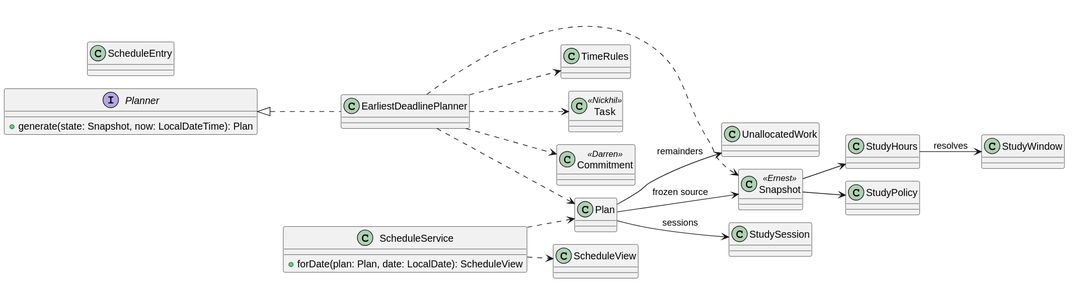
Above: docs/images/gabriel-planning-classes.svg in AY2627S1-CS2113-T10-1/tp (PlantUML), before the change. The source it was exported from:
```plantuml
@startuml
!pragma layout smetana
left to right direction

interface Planner {
  +generate(state: Snapshot, now: LocalDateTime): Plan
}
class EarliestDeadlinePlanner
class ScheduleService {
  +forDate(plan: Plan, date: LocalDate): ScheduleView
}
class TimeRules
class Plan
class StudySession
class UnallocatedWork
class ScheduleEntry
class ScheduleView
class StudyHours
class StudyWindow
class StudyPolicy
class Snapshot <<Ernest>>
class Task <<Nickhil>>
class Commitment <<Darren>>

Planner <|.. EarliestDeadlinePlanner
EarliestDeadlinePlanner ..> TimeRules
EarliestDeadlinePlanner ..> Snapshot
EarliestDeadlinePlanner ..> Task
EarliestDeadlinePlanner ..> Commitment
EarliestDeadlinePlanner ..> Plan
Plan --> Snapshot : frozen source
Plan --> StudySession : sessions
Plan --> UnallocatedWork : remainders
ScheduleService ..> Plan
ScheduleService ..> ScheduleView
Snapshot --> StudyHours
Snapshot --> StudyPolicy
StudyHours --> StudyWindow : resolves
@enduml
```
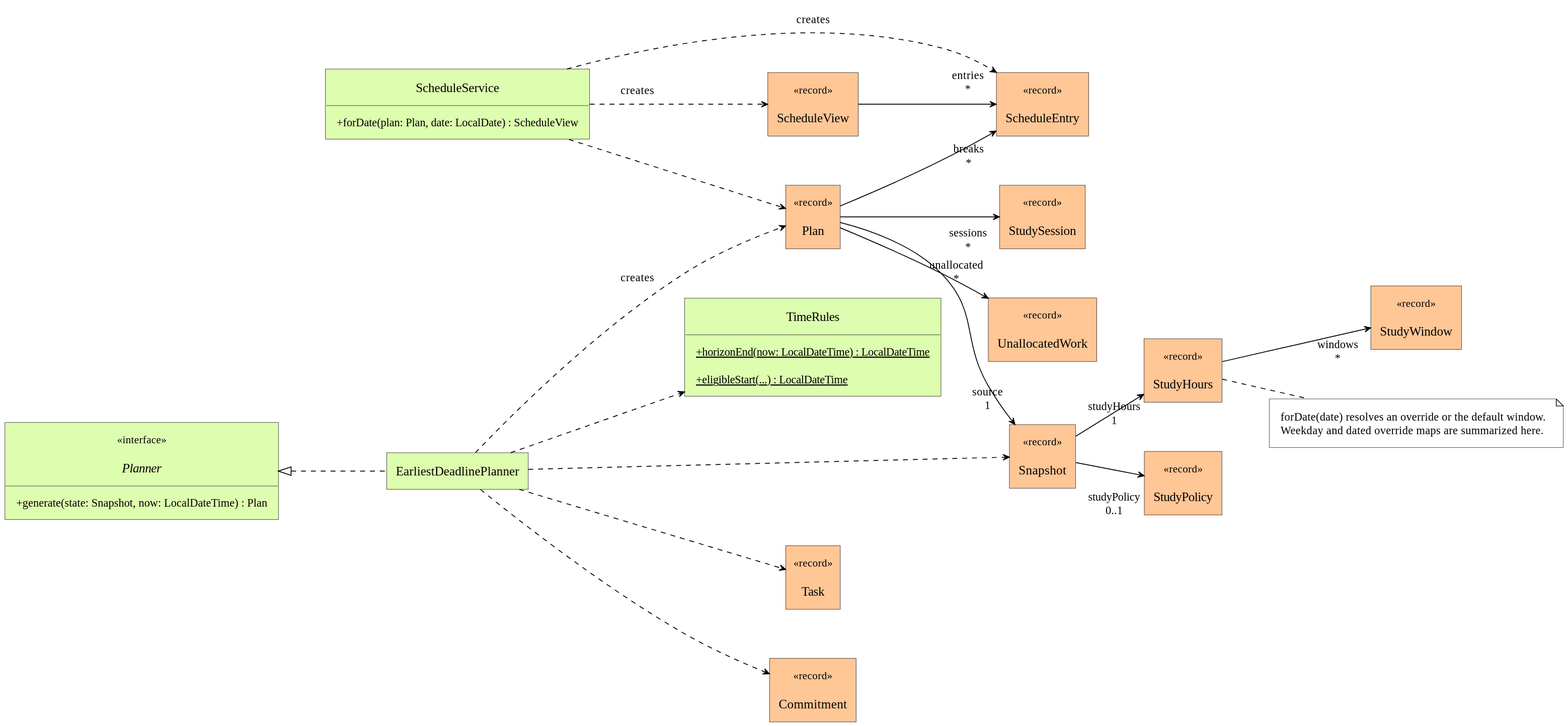
After the change.

Change to the diagram source:
```diff
@@ -1,39 +1,52 @@
 @startuml
-!pragma layout smetana
+!include course-style.puml
 left to right direction
+hide empty members
 
-interface Planner {
-  +generate(state: Snapshot, now: LocalDateTime): Plan
+interface Planner <<interface>> DOMAIN {
+    + generate(state: Snapshot, now: LocalDateTime) : Plan
 }
-class EarliestDeadlinePlanner
-class ScheduleService {
-  +forDate(plan: Plan, date: LocalDate): ScheduleView
+class EarliestDeadlinePlanner DOMAIN
+class ScheduleService DOMAIN {
+    + forDate(plan: Plan, date: LocalDate) : ScheduleView
 }
-class TimeRules
-class Plan
-class StudySession
-class UnallocatedWork
-class ScheduleEntry
-class ScheduleView
-class StudyHours
-class StudyWindow
-class StudyPolicy
-class Snapshot <<Ernest>>
-class Task <<Nickhil>>
-class Commitment <<Darren>>
+class TimeRules DOMAIN {
+    {static} + horizonEnd(now: LocalDateTime) : LocalDateTime
+    {static} + eligibleStart(...) : LocalDateTime
+}
+class Plan <<record>> VALUES
+class StudySession <<record>> VALUES
+class UnallocatedWork <<record>> VALUES
+class ScheduleEntry <<record>> VALUES
+class ScheduleView <<record>> VALUES
+class StudyHours <<record>> VALUES
+class StudyWindow <<record>> VALUES
+class StudyPolicy <<record>> VALUES
+class Snapshot <<record>> VALUES
+class Task <<record>> VALUES
+class Commitment <<record>> VALUES
 
 Planner <|.. EarliestDeadlinePlanner
 EarliestDeadlinePlanner ..> TimeRules
 EarliestDeadlinePlanner ..> Snapshot
 EarliestDeadlinePlanner ..> Task
 EarliestDeadlinePlanner ..> Commitment
-EarliestDeadlinePlanner ..> Plan
-Plan --> Snapshot : frozen source
-Plan --> StudySession : sessions
-Plan --> UnallocatedWork : remainders
+EarliestDeadlinePlanner ..> Plan : creates
+Plan --> "source\n1" Snapshot
+Plan --> "sessions\n*" StudySession
+Plan --> "unallocated\n*" UnallocatedWork
+Plan --> "breaks\n*" ScheduleEntry
 ScheduleService ..> Plan
-ScheduleService ..> ScheduleView
-Snapshot --> StudyHours
-Snapshot --> StudyPolicy
-StudyHours --> StudyWindow : resolves
+ScheduleService ..> ScheduleView : creates
+ScheduleService ..> ScheduleEntry : creates
+ScheduleView --> "entries\n*" ScheduleEntry
+Snapshot --> "studyHours\n1" StudyHours
+Snapshot --> "studyPolicy\n0..1" StudyPolicy
+StudyHours --> "windows\n*" StudyWindow
+
+note as StudyHoursNote
+  forDate(date) resolves an override or the default window.
+  Weekday and dated override maps are summarized here.
+end note
+StudyHours .. StudyHoursNote
 @enduml
```
